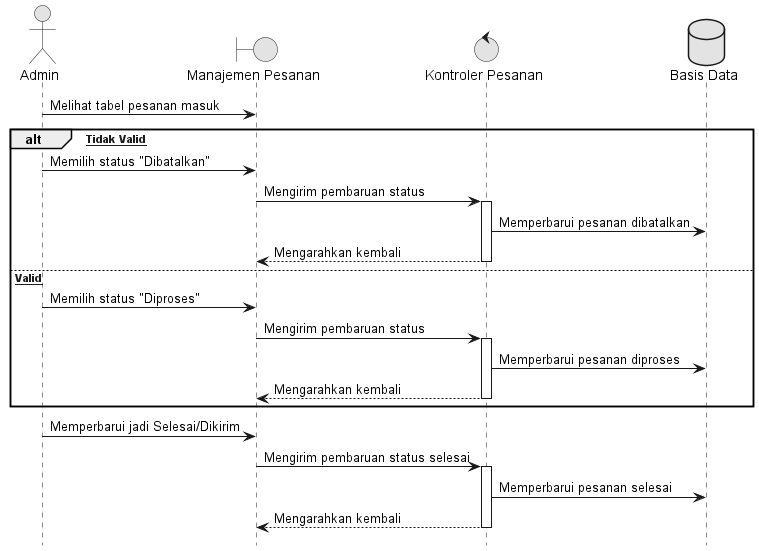
Above: docs/diagrams/10_Kelola_Pesanan.png in Reyonl/project_TA (PlantUML), before the change. Its diagram source:
```plantuml
@startuml 10_Kelola_Pesanan
hide footbox
skinparam monochrome true
skinparam shadowing false

actor "Admin" as Admin
boundary "Manajemen Pesanan" as View
control "Kontroler Pesanan" as Controller
database "Basis Data" as DB

Admin -> View : Melihat tabel pesanan masuk

alt [Bukti Tidak Valid]
    Admin -> View : Memilih status "Dibatalkan"
    View -> Controller : Mengirim pembaruan status
    activate Controller
    Controller -> DB : Memperbarui pesanan dibatalkan
    Controller --> View : Mengarahkan kembali
    deactivate Controller
else [Bukti Valid]
    Admin -> View : Memilih status "Diproses"
    View -> Controller : Mengirim pembaruan status
    activate Controller
    Controller -> DB : Memperbarui pesanan diproses
    Controller --> View : Mengarahkan kembali
    deactivate Controller
end

Admin -> View : Memperbarui jadi Selesai/Dikirim
View -> Controller : Mengirim pembaruan status selesai
activate Controller
Controller -> DB : Memperbarui pesanan selesai
Controller --> View : Mengarahkan kembali
deactivate Controller
@enduml
```
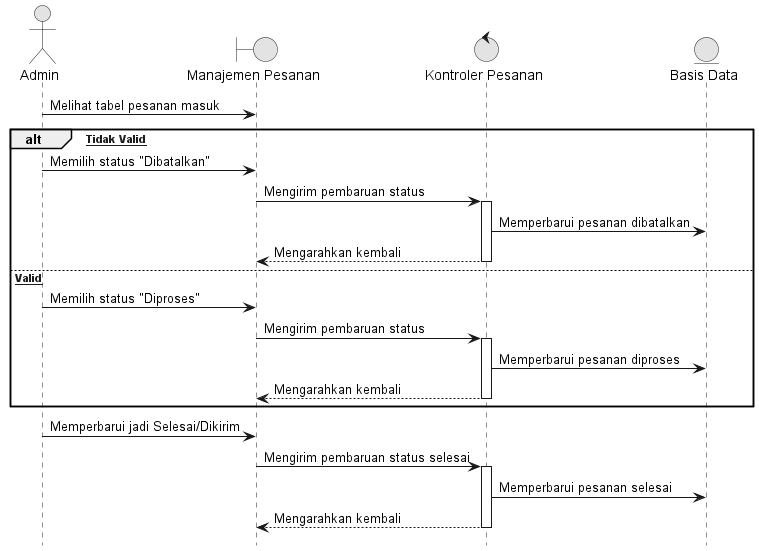
The same diagram one commit later.

Change to the diagram source:
```diff
@@ -6,7 +6,7 @@
 actor "Admin" as Admin
 boundary "Manajemen Pesanan" as View
 control "Kontroler Pesanan" as Controller
-database "Basis Data" as DB
+entity "Basis Data" as DB
 
 Admin -> View : Melihat tabel pesanan masuk
 
```
